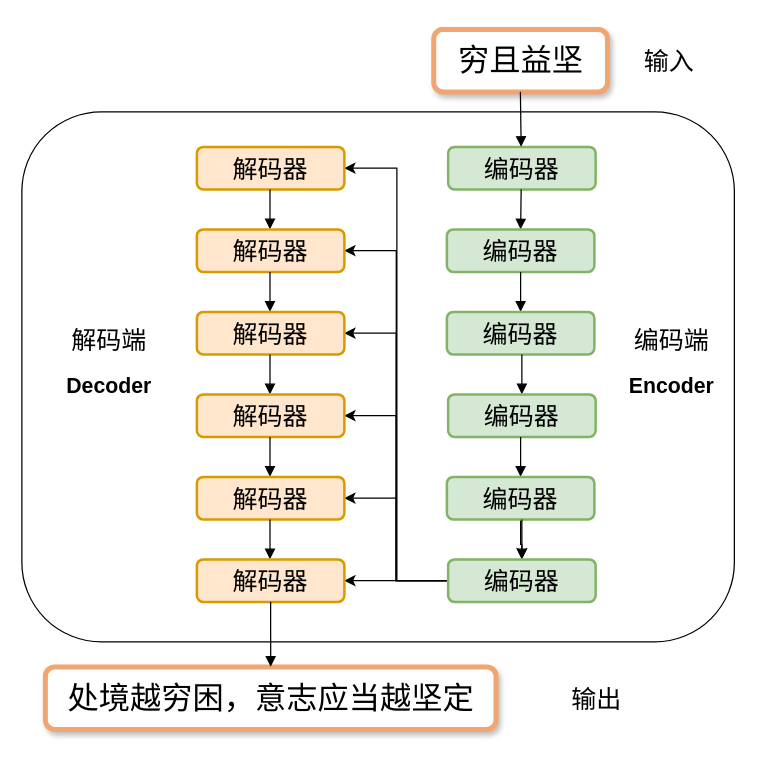
Mo-DuQian/rhetoric-poem-data keeps this draw.io diagram as 未命名绘图.drawio. Above is the earlier version. Source tidied: cells renumbered, new cells numbered last; positions are measured from the earlier drawing's top-left corner, leaving out a move shared by most shapes. Both pictures are drawn from the tidied source at 125%, with x=0, y=0 at pixel (21, 22).
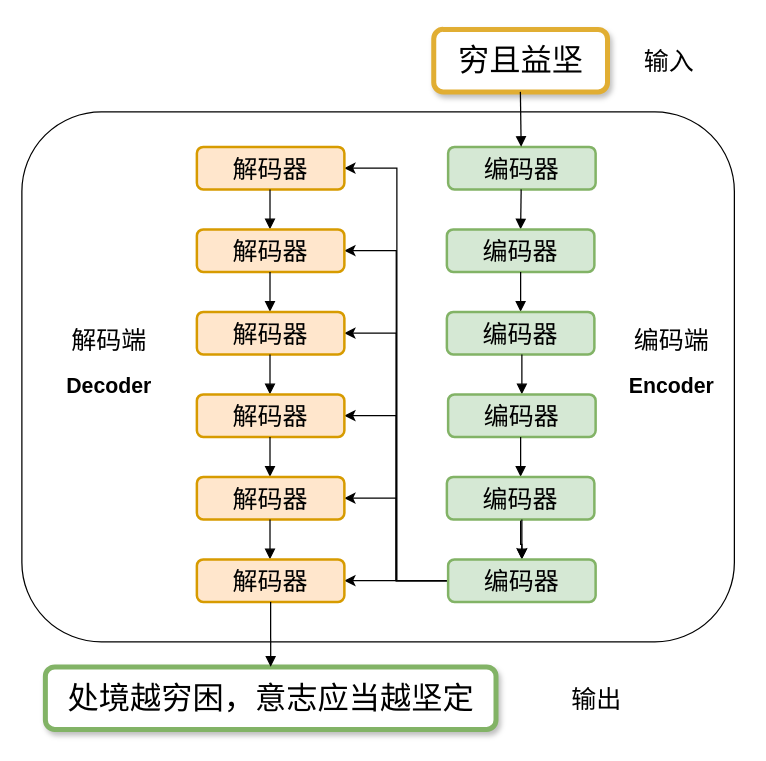
Above is the later version.

Commit message:
更新未命名绘图.drawio

What changed in the source:
```diff
@@
-    <mxCell id="3" value="穷且益坚" style="whiteSpace=wrap;strokeWidth=4;fontFamily=Verdana;labelBackgroundColor=default;labelBorderColor=none;fontSize=25;rounded=1;glass=0;shadow=1;fontStyle=0;horizontal=1;verticalAlign=middle;strokeColor=#f2a571;" parent="1" vertex="1">
+    <mxCell id="3" value="穷且益坚" style="whiteSpace=wrap;strokeWidth=4;fontFamily=Verdana;labelBackgroundColor=default;labelBorderColor=none;fontSize=25;rounded=1;glass=0;shadow=1;fontStyle=0;horizontal=1;verticalAlign=middle;strokeColor=#e1ae33;" parent="1" vertex="1">
       <mxGeometry x="329.5" y="5" width="139" height="50" as="geometry" />
     </mxCell>
@@
-    <mxCell id="34" value="处境越穷困，意志应当越坚定" style="whiteSpace=wrap;strokeWidth=4;fontFamily=Verdana;labelBackgroundColor=default;labelBorderColor=none;fontSize=25;rounded=1;glass=0;shadow=1;fontStyle=0;horizontal=1;verticalAlign=middle;strokeColor=#f2a571;" parent="1" vertex="1">
+    <mxCell id="34" value="处境越穷困，意志应当越坚定" style="whiteSpace=wrap;strokeWidth=4;fontFamily=Verdana;labelBackgroundColor=default;labelBorderColor=none;fontSize=25;rounded=1;glass=0;shadow=1;fontStyle=0;horizontal=1;verticalAlign=middle;strokeColor=#82b366;" parent="1" vertex="1">
       <mxGeometry x="18.8" y="515" width="360.5" height="50" as="geometry" />
     </mxCell>
```
